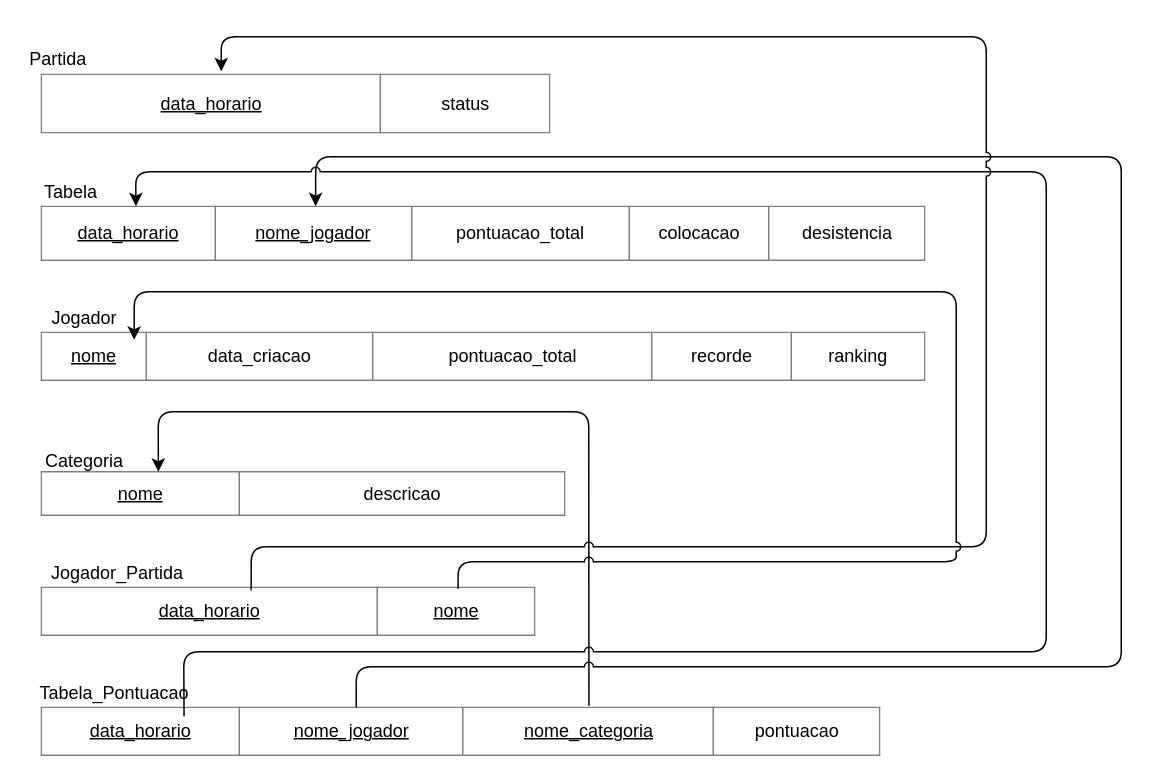
Before: diagramas/diagrama_esquema_banco_de_dados.drawio in daanielmenezes/Yahtzee, a draw.io diagram. Source tidied: cells renumbered, new cells numbered last; positions are measured from the earlier drawing's top-left corner, leaving out a move shared by most shapes. Both pictures are drawn from the tidied source at 150%, with x=0, y=0 at pixel (26, 36).
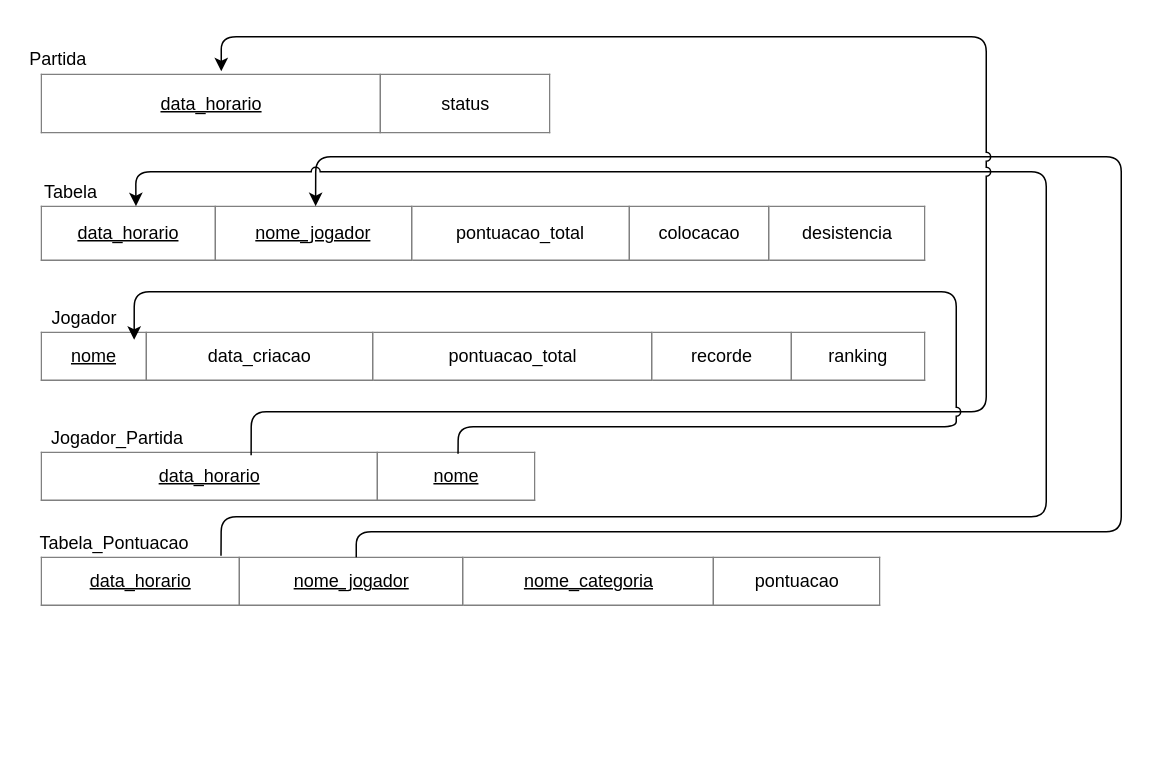
Above is the later version.

Commit message (it also covers changes not shown here):
retirada tabela Categoria do bd

Unchanged cells that the change refers to:
```xml
<mxCell id="4" value="&lt;table border=&quot;1&quot; width=&quot;100%&quot; style=&quot;width: 100% ; height: 100% ; border-collapse: collapse&quot;&gt;&lt;tbody&gt;&lt;tr&gt;&lt;td align=&quot;center&quot;&gt;&lt;span style=&quot;line-height: 120%&quot;&gt;&lt;u&gt;data_horario&lt;/u&gt;&lt;/span&gt;&lt;/td&gt;&lt;td align=&quot;center&quot;&gt;status&lt;br&gt;&lt;/td&gt;&lt;/tr&gt;&lt;/tbody&gt;&lt;/table&gt;" style="text;html=1;strokeColor=none;fillColor=none;overflow=fill;rounded=0;shadow=0;glass=0;comic=0;" parent="3" vertex="1">
  <mxGeometry y="20" width="340" height="40" as="geometry" />
</mxCell>
<mxCell id="8" value="&lt;table border=&quot;1&quot; width=&quot;100%&quot; style=&quot;width: 100% ; height: 100% ; border-collapse: collapse&quot;&gt;&lt;tbody&gt;&lt;tr&gt;&lt;td align=&quot;center&quot;&gt;&lt;span style=&quot;line-height: 120%&quot;&gt;&lt;u&gt;data_horario&lt;/u&gt;&lt;/span&gt;&lt;/td&gt;&lt;td align=&quot;center&quot;&gt;&lt;u&gt;nome&lt;/u&gt;&lt;br&gt;&lt;/td&gt;&lt;/tr&gt;&lt;/tbody&gt;&lt;/table&gt;" style="text;html=1;strokeColor=none;fillColor=none;overflow=fill;rounded=0;shadow=0;glass=0;comic=0;" parent="7" vertex="1">
  <mxGeometry y="16.7" width="330" height="33.3" as="geometry" />
</mxCell>
<mxCell id="11" value="&lt;table border=&quot;1&quot; width=&quot;100%&quot; style=&quot;width: 100% ; height: 100% ; border-collapse: collapse&quot;&gt;&lt;tbody&gt;&lt;tr&gt;&lt;td align=&quot;center&quot;&gt;&lt;u&gt;data_horario&lt;/u&gt;&lt;/td&gt;&lt;td align=&quot;center&quot;&gt;&lt;u&gt;nome_jogador&lt;/u&gt;&lt;br&gt;&lt;/td&gt;&lt;td style=&quot;text-align: center&quot;&gt;pontuacao_total&lt;/td&gt;&lt;td style=&quot;text-align: center&quot;&gt;colocacao&lt;/td&gt;&lt;td style=&quot;text-align: center&quot;&gt;desistencia&lt;/td&gt;&lt;/tr&gt;&lt;/tbody&gt;&lt;/table&gt;" style="text;html=1;strokeColor=none;fillColor=none;overflow=fill;rounded=0;shadow=0;glass=0;comic=0;" parent="10" vertex="1">
  <mxGeometry y="18.3" width="590" height="36.7" as="geometry" />
</mxCell>
<mxCell id="14" value="&lt;table border=&quot;1&quot; width=&quot;100%&quot; style=&quot;width: 100% ; height: 100% ; border-collapse: collapse&quot; align=&quot;center&quot;&gt;&lt;tbody&gt;&lt;tr&gt;&lt;td align=&quot;center&quot;&gt;&lt;u&gt;nome&lt;/u&gt;&lt;/td&gt;&lt;td align=&quot;center&quot;&gt;data_criacao&lt;/td&gt;&lt;td align=&quot;center&quot;&gt;pontuacao_total&lt;/td&gt;&lt;td style=&quot;text-align: center&quot;&gt;recorde&lt;/td&gt;&lt;td style=&quot;text-align: center&quot;&gt;ranking&lt;/td&gt;&lt;/tr&gt;&lt;/tbody&gt;&lt;/table&gt;" style="text;html=1;strokeColor=none;fillColor=none;overflow=fill;rounded=0;shadow=0;glass=0;comic=0;" parent="13" vertex="1">
  <mxGeometry y="16.7" width="590" height="33.3" as="geometry" />
</mxCell>
<mxCell id="20" value="&lt;table border=&quot;1&quot; width=&quot;100%&quot; style=&quot;width: 100% ; height: 100% ; border-collapse: collapse&quot;&gt;&lt;tbody&gt;&lt;tr&gt;&lt;td style=&quot;text-align: center&quot;&gt;&lt;u&gt;data_horario&lt;/u&gt;&lt;/td&gt;&lt;td style=&quot;text-align: center&quot;&gt;&lt;u&gt;nome_jogador&lt;/u&gt;&lt;/td&gt;&lt;td align=&quot;center&quot;&gt;&lt;u&gt;nome_categoria&lt;/u&gt;&lt;/td&gt;&lt;td align=&quot;center&quot;&gt;pontuacao&lt;/td&gt;&lt;/tr&gt;&lt;/tbody&gt;&lt;/table&gt;" style="text;html=1;strokeColor=none;fillColor=none;overflow=fill;rounded=0;shadow=0;glass=0;comic=0;" parent="19" vertex="1">
  <mxGeometry y="16.7" width="560" height="33.3" as="geometry" />
</mxCell>
```

The edit, as a diff of the source:
```diff
@@
     <mxCell id="6" style="group;" parent="1" vertex="1">
-      <mxGeometry x="10" y="350" width="330" height="50" as="geometry" />
+      <mxGeometry x="10" y="260" width="330" height="50" as="geometry" />
     </mxCell>
@@
-    <mxCell id="16" style="group;" parent="1" vertex="1">
-      <mxGeometry x="10" y="275" width="350" height="45" as="geometry" />
-    </mxCell>
-    <mxCell id="17" value="&lt;table border=&quot;1&quot; width=&quot;100%&quot; style=&quot;text-align: center ; width: 100% ; height: 100% ; border-collapse: collapse&quot;&gt;&lt;tbody&gt;&lt;tr&gt;&lt;td align=&quot;center&quot;&gt;&lt;u&gt;nome&lt;/u&gt;&lt;/td&gt;&lt;td style=&quot;text-align: center&quot;&gt;descricao&lt;/td&gt;&lt;/tr&gt;&lt;/tbody&gt;&lt;/table&gt;" style="text;html=1;strokeColor=none;fillColor=none;overflow=fill;rounded=0;shadow=0;glass=0;comic=0;" parent="16" vertex="1">
-      <mxGeometry y="15" width="350" height="30" as="geometry" />
-    </mxCell>
-    <mxCell id="18" value="Categoria" style="text;html=1;strokeColor=none;fillColor=none;align=center;verticalAlign=middle;whiteSpace=wrap;rounded=0;" parent="16" vertex="1">
-      <mxGeometry x="-10" width="77.8" height="15" as="geometry" />
-    </mxCell>
     <mxCell id="19" style="group;" parent="1" vertex="1">
-      <mxGeometry x="10" y="430" width="560" height="50" as="geometry" />
+      <mxGeometry x="10" y="330" width="560" height="50" as="geometry" />
     </mxCell>
@@
-    <mxCell id="22" style="endArrow=classic;html=1;exitX=0.652;exitY=-0.02;exitDx=0;exitDy=0;exitPerimeter=0;entryX=0.223;entryY=0;entryDx=0;entryDy=0;entryPerimeter=0;" parent="1" edge="1" source="20" target="17">
-      <mxGeometry relative="1" as="geometry">
-        <Array as="points">
-          <mxPoint x="375" y="250" />
-          <mxPoint x="88" y="250" />
-        </Array>
-      </mxGeometry>
-    </mxCell>
     <mxCell id="23" style="endArrow=classic;html=1;exitX=0.375;exitY=0.01;exitDx=0;exitDy=0;exitPerimeter=0;entryX=0.31;entryY=-0.009;entryDx=0;entryDy=0;entryPerimeter=0;jumpStyle=arc;" parent="1" edge="1" source="20" target="11">
       <mxGeometry relative="1" as="geometry">
         <Array as="points">
-          <mxPoint x="220" y="420" />
-          <mxPoint x="730" y="420" />
+          <mxPoint x="220" y="330" />
+          <mxPoint x="730" y="330" />
           <mxPoint x="730" y="80" />
           <mxPoint x="193" y="80" />
         </Array>
       </mxGeometry>
     </mxCell>
-    <mxCell id="24" style="endArrow=classic;html=1;exitX=0.17;exitY=0.19;exitDx=0;exitDy=0;exitPerimeter=0;entryX=0.107;entryY=-0.009;entryDx=0;entryDy=0;entryPerimeter=0;jumpStyle=arc;" parent="1" edge="1" source="20" target="11">
+    <mxCell id="24" style="endArrow=classic;html=1;entryX=0.107;entryY=-0.009;entryDx=0;entryDy=0;entryPerimeter=0;jumpStyle=arc;exitX=0.214;exitY=-0.02;exitDx=0;exitDy=0;exitPerimeter=0;" parent="1" edge="1" source="20" target="11">
       <mxGeometry relative="1" as="geometry">
         <Array as="points">
-          <mxPoint x="105" y="410" />
-          <mxPoint x="680" y="410" />
+          <mxPoint x="130" y="320" />
+          <mxPoint x="680" y="320" />
           <mxPoint x="680" y="90" />
           <mxPoint x="73" y="90" />
         </Array>
       </mxGeometry>
     </mxCell>
     <mxCell id="25" style="endArrow=classic;html=1;exitX=0.424;exitY=0.07;exitDx=0;exitDy=0;exitPerimeter=0;entryX=0.353;entryY=-0.05;entryDx=0;entryDy=0;entryPerimeter=0;jumpStyle=arc;" parent="1" edge="1" source="8" target="4">
       <mxGeometry relative="1" as="geometry">
         <Array as="points">
-          <mxPoint x="150" y="340" />
-          <mxPoint x="640" y="340" />
+          <mxPoint x="150" y="250" />
+          <mxPoint x="640" y="250" />
           <mxPoint x="640" />
           <mxPoint x="130" />
         </Array>
       </mxGeometry>
     </mxCell>
     <mxCell id="26" style="endArrow=classic;html=1;exitX=0.842;exitY=0.04;exitDx=0;exitDy=0;exitPerimeter=0;entryX=0.105;entryY=0.16;entryDx=0;entryDy=0;entryPerimeter=0;jumpStyle=arc;" parent="1" edge="1" source="8" target="14">
       <mxGeometry relative="1" as="geometry">
         <Array as="points">
-          <mxPoint x="288" y="350" />
-          <mxPoint x="620" y="350" />
+          <mxPoint x="288" y="260" />
+          <mxPoint x="620" y="260" />
           <mxPoint x="620" y="170" />
           <mxPoint x="72" y="170" />
         </Array>
       </mxGeometry>
     </mxCell>
```
